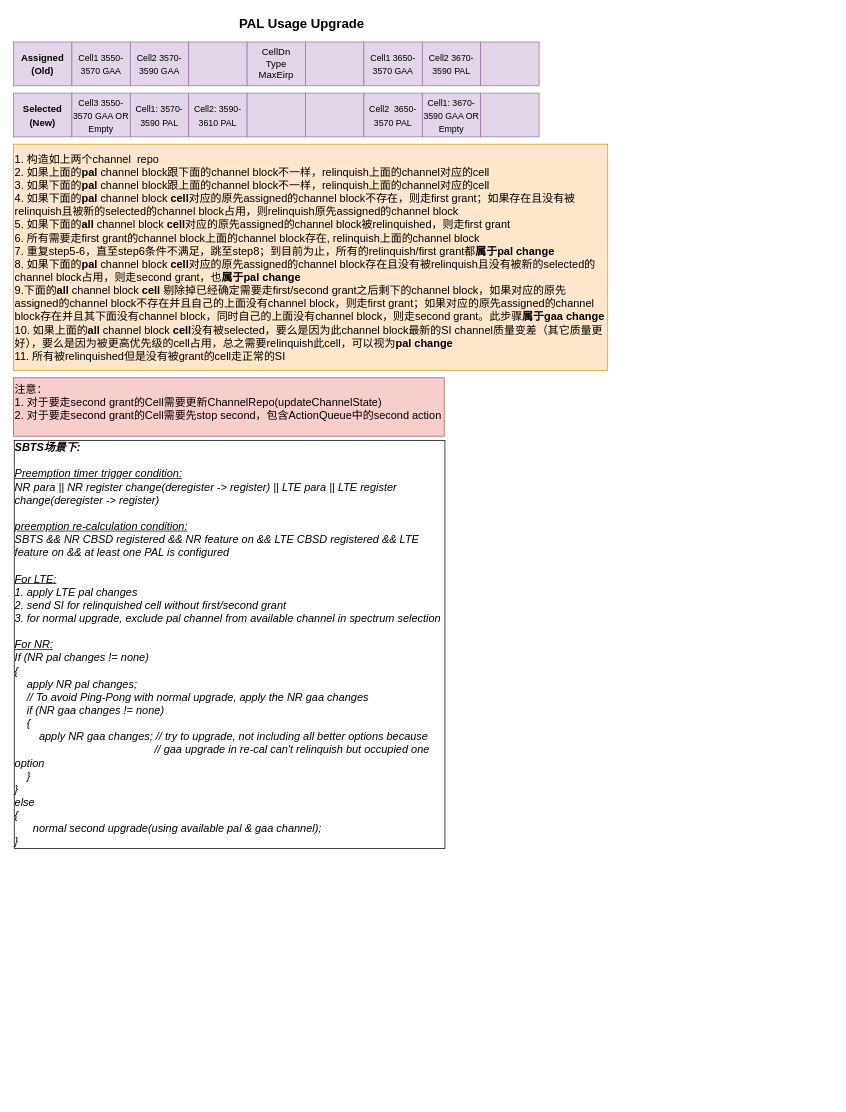
xdlhzdh/drawio keeps this draw.io diagram as Pal_Change_Algorithm.drawio. Above is the earlier version. Source tidied: cells renumbered, new cells numbered last; positions are measured from the earlier drawing's top-left corner, leaving out a move shared by most shapes. Both pictures are drawn from the tidied source at 73%, with x=0, y=0 at pixel (12, 12).
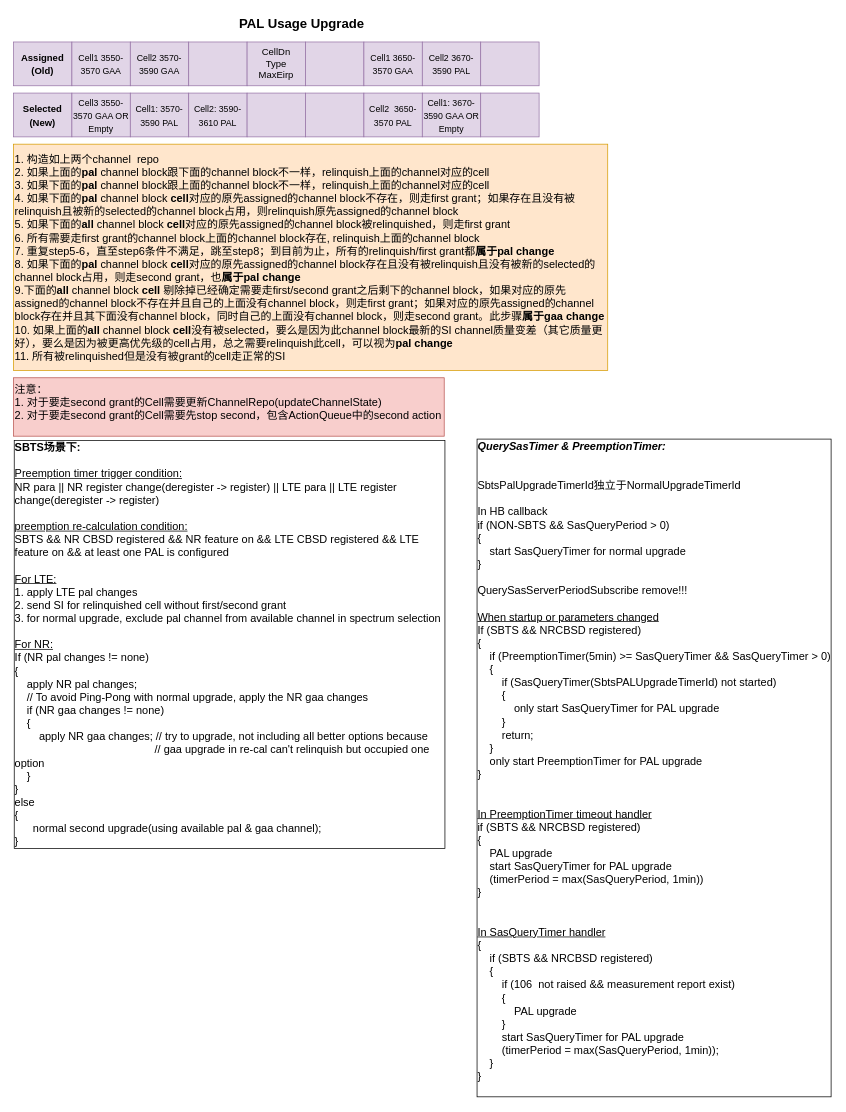
The same diagram, later.

Diff of the diagram source:
```diff
@@
-    <mxCell id="23" value="&lt;font style=&quot;font-size: 15px;&quot;&gt;&lt;font style=&quot;font-size: 15px;&quot;&gt;&lt;b style=&quot;font-style: italic;&quot;&gt;SBTS场景下:&lt;br&gt;&lt;/b&gt;&lt;br&gt;&lt;i style=&quot;&quot;&gt;&lt;u&gt;Preemption timer trigger condition:&lt;/u&gt;&lt;br&gt;NR para || NR register change(deregister -&amp;gt; register) || LTE para || LTE register change(deregister -&amp;gt; register)&lt;br&gt;&lt;br&gt;&lt;u&gt;preemption re-calculation condition:&lt;/u&gt;&lt;br&gt;SBTS &amp;amp;&amp;amp; NR CBSD registered &amp;amp;&amp;amp; NR feature on &amp;amp;&amp;amp; LTE CBSD registered &amp;amp;&amp;amp; LTE feature on &amp;amp;&amp;amp; at least one PAL is configured&lt;br style=&quot;&quot;&gt;&lt;/i&gt;&lt;br&gt;&lt;u style=&quot;font-style: italic;&quot;&gt;For LTE:&lt;/u&gt;&lt;br style=&quot;&quot;&gt;&lt;i style=&quot;&quot;&gt;1. apply LTE pal changes&lt;/i&gt;&lt;br style=&quot;&quot;&gt;&lt;i style=&quot;&quot;&gt;2. send SI for relinquished cell without first/second grant&lt;/i&gt;&lt;br style=&quot;&quot;&gt;&lt;i style=&quot;&quot;&gt;3. for normal upgrade, exclude pal channel from available channel in spectrum selection&amp;nbsp;&lt;/i&gt;&lt;br style=&quot;&quot;&gt;&lt;br style=&quot;&quot;&gt;&lt;u style=&quot;font-style: italic;&quot;&gt;For NR:&lt;/u&gt;&lt;/font&gt;&lt;br style=&quot;&quot;&gt;&lt;i&gt;If (NR pal changes != none)&lt;/i&gt;&lt;br style=&quot;&quot;&gt;&lt;i&gt;{&lt;/i&gt;&lt;br style=&quot;&quot;&gt;&lt;i&gt;&amp;nbsp; &amp;nbsp; apply NR pal changes;&lt;/i&gt;&lt;br&gt;&lt;i&gt;&amp;nbsp; &amp;nbsp; // To avoid Ping-Pong with normal upgrade, apply the&amp;nbsp;NR gaa changes&lt;/i&gt;&lt;i&gt;&lt;br style=&quot;&quot;&gt;&amp;nbsp; &amp;nbsp; if (NR gaa changes != none)&lt;br style=&quot;&quot;&gt;&amp;nbsp; &amp;nbsp; {&lt;br style=&quot;&quot;&gt;&amp;nbsp; &amp;nbsp; &amp;nbsp; &amp;nbsp; apply NR gaa changes; // try to upgrade, not including all better options because&amp;nbsp;&lt;br&gt;&amp;nbsp; &amp;nbsp; &amp;nbsp; &amp;nbsp; &amp;nbsp; &amp;nbsp; &amp;nbsp; &amp;nbsp; &amp;nbsp; &amp;nbsp; &amp;nbsp; &amp;nbsp; &amp;nbsp; &amp;nbsp; &amp;nbsp; &amp;nbsp; &amp;nbsp; &amp;nbsp; &amp;nbsp; &amp;nbsp; &amp;nbsp; &amp;nbsp; &amp;nbsp; // gaa upgrade in re-cal can't relinquish but occupied one option&lt;br style=&quot;&quot;&gt;&amp;nbsp; &amp;nbsp; }&lt;br style=&quot;&quot;&gt;}&lt;br style=&quot;&quot;&gt;else&lt;br style=&quot;&quot;&gt;{&lt;br style=&quot;&quot;&gt;&amp;nbsp; &amp;nbsp; &amp;nbsp; normal second upgrade(using available pal &amp;amp; gaa channel);&lt;br style=&quot;&quot;&gt;}&lt;/i&gt;&lt;/font&gt;" style="text;html=1;strokeColor=none;fillColor=none;align=left;verticalAlign=top;whiteSpace=wrap;rounded=0;fontSize=14;fontFamily=Helvetica;labelBorderColor=default;labelBackgroundColor=none;sketch=0;shadow=0;glass=0;" parent="1" vertex="1">
+    <mxCell id="23" value="&lt;font style=&quot;font-size: 15px;&quot;&gt;&lt;font style=&quot;font-size: 15px;&quot;&gt;&lt;b style=&quot;&quot;&gt;SBTS场景下:&lt;br&gt;&lt;/b&gt;&lt;br&gt;&lt;u&gt;Preemption timer trigger condition:&lt;/u&gt;&lt;br&gt;NR para || NR register change(deregister -&amp;gt; register) || LTE para || LTE register change(deregister -&amp;gt; register)&lt;br&gt;&lt;br&gt;&lt;u&gt;preemption re-calculation condition:&lt;/u&gt;&lt;br&gt;SBTS &amp;amp;&amp;amp; NR CBSD registered &amp;amp;&amp;amp; NR feature on &amp;amp;&amp;amp; LTE CBSD registered &amp;amp;&amp;amp; LTE feature on &amp;amp;&amp;amp; at least one PAL is configured&lt;br style=&quot;&quot;&gt;&lt;br&gt;&lt;u style=&quot;&quot;&gt;For LTE:&lt;/u&gt;&lt;br style=&quot;&quot;&gt;1. apply LTE pal changes&lt;br style=&quot;&quot;&gt;2. send SI for relinquished cell without first/second grant&lt;br style=&quot;&quot;&gt;3. for normal upgrade, exclude pal channel from available channel in spectrum selection&amp;nbsp;&lt;br style=&quot;&quot;&gt;&lt;br style=&quot;&quot;&gt;&lt;u style=&quot;&quot;&gt;For NR:&lt;/u&gt;&lt;/font&gt;&lt;br style=&quot;&quot;&gt;If (NR pal changes != none)&lt;br style=&quot;&quot;&gt;{&lt;br style=&quot;&quot;&gt;&amp;nbsp; &amp;nbsp; apply NR pal changes;&lt;br&gt;&amp;nbsp; &amp;nbsp; // To avoid Ping-Pong with normal upgrade, apply the&amp;nbsp;NR gaa changes&lt;br style=&quot;&quot;&gt;&amp;nbsp; &amp;nbsp; if (NR gaa changes != none)&lt;br style=&quot;&quot;&gt;&amp;nbsp; &amp;nbsp; {&lt;br style=&quot;&quot;&gt;&amp;nbsp; &amp;nbsp; &amp;nbsp; &amp;nbsp; apply NR gaa changes; // try to upgrade, not including all better options because&amp;nbsp;&lt;br&gt;&amp;nbsp; &amp;nbsp; &amp;nbsp; &amp;nbsp; &amp;nbsp; &amp;nbsp; &amp;nbsp; &amp;nbsp; &amp;nbsp; &amp;nbsp; &amp;nbsp; &amp;nbsp; &amp;nbsp; &amp;nbsp; &amp;nbsp; &amp;nbsp; &amp;nbsp; &amp;nbsp; &amp;nbsp; &amp;nbsp; &amp;nbsp; &amp;nbsp; &amp;nbsp; // gaa upgrade in re-cal can't relinquish but occupied one option&lt;br style=&quot;&quot;&gt;&amp;nbsp; &amp;nbsp; }&lt;br style=&quot;&quot;&gt;}&lt;br style=&quot;&quot;&gt;else&lt;br style=&quot;&quot;&gt;{&lt;br style=&quot;&quot;&gt;&amp;nbsp; &amp;nbsp; &amp;nbsp; normal second upgrade(using available pal &amp;amp; gaa channel);&lt;br style=&quot;&quot;&gt;}&lt;/font&gt;" style="text;html=1;strokeColor=none;fillColor=none;align=left;verticalAlign=top;whiteSpace=wrap;rounded=0;fontSize=14;fontFamily=Helvetica;labelBorderColor=default;labelBackgroundColor=none;sketch=0;shadow=0;glass=0;" parent="1" vertex="1">
       <mxGeometry x="-0.5" y="579" width="593" height="580" as="geometry" />
     </mxCell>
+    <mxCell id="24" value="&lt;div style=&quot;font-size: 15px;&quot;&gt;&lt;font style=&quot;font-size: 15px;&quot;&gt;&lt;i&gt;&lt;b&gt;QuerySasTimer &amp;amp; PreemptionTimer:&lt;/b&gt;&lt;/i&gt;&lt;/font&gt;&lt;/div&gt;&lt;div style=&quot;font-size: 15px;&quot;&gt;&lt;font style=&quot;font-size: 15px;&quot;&gt;&lt;br&gt;&lt;/font&gt;&lt;/div&gt;&lt;div style=&quot;font-size: 15px;&quot;&gt;&lt;font style=&quot;font-size: 15px;&quot;&gt;&lt;br&gt;&lt;/font&gt;&lt;/div&gt;&lt;div style=&quot;font-size: 15px;&quot;&gt;&lt;font style=&quot;font-size: 15px;&quot;&gt;SbtsPalUpgradeTimerId独立于NormalUpgradeTimerId&lt;/font&gt;&lt;/div&gt;&lt;div style=&quot;font-size: 15px;&quot;&gt;&lt;font style=&quot;font-size: 15px;&quot;&gt;&lt;br&gt;&lt;/font&gt;&lt;/div&gt;&lt;div style=&quot;font-size: 15px;&quot;&gt;&lt;font style=&quot;font-size: 15px;&quot;&gt;In HB callback&lt;/font&gt;&lt;/div&gt;&lt;div style=&quot;font-size: 15px;&quot;&gt;&lt;font style=&quot;font-size: 15px;&quot;&gt;if (NON-SBTS &amp;amp;&amp;amp; SasQueryPeriod &amp;gt; 0)&lt;/font&gt;&lt;/div&gt;&lt;div style=&quot;font-size: 15px;&quot;&gt;&lt;font style=&quot;font-size: 15px;&quot;&gt;{&lt;/font&gt;&lt;/div&gt;&lt;div style=&quot;font-size: 15px;&quot;&gt;&lt;font style=&quot;font-size: 15px;&quot;&gt;&amp;nbsp; &amp;nbsp; start SasQueryTimer for normal upgrade&lt;/font&gt;&lt;/div&gt;&lt;div style=&quot;font-size: 15px;&quot;&gt;&lt;font style=&quot;font-size: 15px;&quot;&gt;}&lt;/font&gt;&lt;/div&gt;&lt;div style=&quot;font-size: 15px;&quot;&gt;&lt;font style=&quot;font-size: 15px;&quot;&gt;&lt;br&gt;&lt;/font&gt;&lt;/div&gt;&lt;div style=&quot;font-size: 15px;&quot;&gt;&lt;font style=&quot;font-size: 15px;&quot;&gt;QuerySasServerPeriodSubscribe remove!!!&lt;/font&gt;&lt;/div&gt;&lt;div style=&quot;font-size: 15px;&quot;&gt;&lt;font style=&quot;font-size: 15px;&quot;&gt;&lt;br&gt;&lt;/font&gt;&lt;/div&gt;&lt;div style=&quot;font-size: 15px;&quot;&gt;&lt;font style=&quot;font-size: 15px;&quot;&gt;&lt;u&gt;When startup or parameters changed&lt;/u&gt;&lt;/font&gt;&lt;/div&gt;&lt;div style=&quot;font-size: 15px;&quot;&gt;&lt;font style=&quot;font-size: 15px;&quot;&gt;If (SBTS &amp;amp;&amp;amp; NRCBSD registered)&lt;/font&gt;&lt;/div&gt;&lt;div style=&quot;font-size: 15px;&quot;&gt;&lt;font style=&quot;font-size: 15px;&quot;&gt;{&lt;/font&gt;&lt;/div&gt;&lt;div style=&quot;font-size: 15px;&quot;&gt;&lt;font style=&quot;font-size: 15px;&quot;&gt;&amp;nbsp; &amp;nbsp; if (PreemptionTimer(5min) &amp;gt;= SasQueryTimer &amp;amp;&amp;amp; SasQueryTimer &amp;gt; 0)&lt;/font&gt;&lt;/div&gt;&lt;div style=&quot;font-size: 15px;&quot;&gt;&lt;font style=&quot;font-size: 15px;&quot;&gt;&amp;nbsp; &amp;nbsp; {&lt;/font&gt;&lt;/div&gt;&lt;div style=&quot;font-size: 15px;&quot;&gt;&lt;font style=&quot;font-size: 15px;&quot;&gt;&amp;nbsp; &amp;nbsp; &amp;nbsp; &amp;nbsp; if (SasQueryTimer(SbtsPALUpgradeTimerId) not started)&lt;/font&gt;&lt;/div&gt;&lt;div style=&quot;font-size: 15px;&quot;&gt;&lt;font style=&quot;font-size: 15px;&quot;&gt;&amp;nbsp; &amp;nbsp; &amp;nbsp; &amp;nbsp; {&lt;/font&gt;&lt;/div&gt;&lt;div style=&quot;font-size: 15px;&quot;&gt;&lt;font style=&quot;font-size: 15px;&quot;&gt;&amp;nbsp; &amp;nbsp; &amp;nbsp; &amp;nbsp; &amp;nbsp; &amp;nbsp; only start SasQueryTimer for PAL upgrade&lt;/font&gt;&lt;/div&gt;&lt;div style=&quot;font-size: 15px;&quot;&gt;&lt;font style=&quot;font-size: 15px;&quot;&gt;&amp;nbsp; &amp;nbsp; &amp;nbsp; &amp;nbsp; }&lt;/font&gt;&lt;/div&gt;&lt;div style=&quot;font-size: 15px;&quot;&gt;&lt;font style=&quot;font-size: 15px;&quot;&gt;&amp;nbsp; &amp;nbsp; &amp;nbsp; &amp;nbsp; return;&lt;/font&gt;&lt;/div&gt;&lt;div style=&quot;font-size: 15px;&quot;&gt;&lt;font style=&quot;font-size: 15px;&quot;&gt;&amp;nbsp; &amp;nbsp; }&lt;/font&gt;&lt;/div&gt;&lt;div style=&quot;font-size: 15px;&quot;&gt;&lt;font style=&quot;font-size: 15px;&quot;&gt;&amp;nbsp; &amp;nbsp; only start PreemptionTimer for PAL upgrade&lt;/font&gt;&lt;/div&gt;&lt;div style=&quot;font-size: 15px;&quot;&gt;&lt;font style=&quot;font-size: 15px;&quot;&gt;}&lt;/font&gt;&lt;/div&gt;&lt;div style=&quot;font-size: 15px;&quot;&gt;&lt;font style=&quot;font-size: 15px;&quot;&gt;&lt;br&gt;&lt;/font&gt;&lt;/div&gt;&lt;div style=&quot;font-size: 15px;&quot;&gt;&lt;font style=&quot;font-size: 15px;&quot;&gt;&lt;br&gt;&lt;/font&gt;&lt;/div&gt;&lt;div style=&quot;font-size: 15px;&quot;&gt;&lt;font style=&quot;font-size: 15px;&quot;&gt;&lt;u&gt;In PreemptionTimer timeout handler&lt;/u&gt;&lt;/font&gt;&lt;/div&gt;&lt;div style=&quot;font-size: 15px;&quot;&gt;&lt;font style=&quot;font-size: 15px;&quot;&gt;if (SBTS &amp;amp;&amp;amp; NRCBSD registered)&lt;/font&gt;&lt;/div&gt;&lt;div style=&quot;font-size: 15px;&quot;&gt;&lt;font style=&quot;font-size: 15px;&quot;&gt;{&lt;/font&gt;&lt;/div&gt;&lt;div style=&quot;font-size: 15px;&quot;&gt;&lt;font style=&quot;font-size: 15px;&quot;&gt;&amp;nbsp; &amp;nbsp; PAL upgrade&lt;/font&gt;&lt;/div&gt;&lt;div style=&quot;font-size: 15px;&quot;&gt;&lt;font style=&quot;font-size: 15px;&quot;&gt;&amp;nbsp; &amp;nbsp; start SasQueryTimer for PAL upgrade&amp;nbsp;&lt;/font&gt;&lt;/div&gt;&lt;div style=&quot;font-size: 15px;&quot;&gt;&lt;font style=&quot;font-size: 15px;&quot;&gt;&amp;nbsp; &amp;nbsp; (timerPeriod = max(SasQueryPeriod, 1min))&lt;/font&gt;&lt;/div&gt;&lt;div style=&quot;font-size: 15px;&quot;&gt;&lt;font style=&quot;font-size: 15px;&quot;&gt;}&lt;/font&gt;&lt;/div&gt;&lt;div style=&quot;font-size: 15px;&quot;&gt;&lt;font style=&quot;font-size: 15px;&quot;&gt;&lt;br&gt;&lt;/font&gt;&lt;/div&gt;&lt;div style=&quot;font-size: 15px;&quot;&gt;&lt;font style=&quot;font-size: 15px;&quot;&gt;&lt;br&gt;&lt;/font&gt;&lt;/div&gt;&lt;div style=&quot;font-size: 15px;&quot;&gt;&lt;font style=&quot;font-size: 15px;&quot;&gt;&lt;u&gt;In SasQueryTimer handler&lt;/u&gt;&lt;/font&gt;&lt;/div&gt;&lt;div style=&quot;font-size: 15px;&quot;&gt;&lt;font style=&quot;font-size: 15px;&quot;&gt;{&lt;/font&gt;&lt;/div&gt;&lt;div style=&quot;font-size: 15px;&quot;&gt;&lt;font style=&quot;font-size: 15px;&quot;&gt;&amp;nbsp; &amp;nbsp; if (SBTS &amp;amp;&amp;amp; NRCBSD registered)&lt;/font&gt;&lt;/div&gt;&lt;div style=&quot;font-size: 15px;&quot;&gt;&lt;font style=&quot;font-size: 15px;&quot;&gt;&amp;nbsp; &amp;nbsp; {&lt;/font&gt;&lt;/div&gt;&lt;div style=&quot;font-size: 15px;&quot;&gt;&lt;font style=&quot;font-size: 15px;&quot;&gt;&amp;nbsp; &amp;nbsp; &amp;nbsp; &amp;nbsp; if (106&amp;nbsp; not raised &amp;amp;&amp;amp; measurement report exist)&lt;/font&gt;&lt;/div&gt;&lt;div style=&quot;font-size: 15px;&quot;&gt;&lt;font style=&quot;font-size: 15px;&quot;&gt;&amp;nbsp; &amp;nbsp; &amp;nbsp; &amp;nbsp; {&lt;/font&gt;&lt;/div&gt;&lt;div style=&quot;font-size: 15px;&quot;&gt;&lt;font style=&quot;font-size: 15px;&quot;&gt;&amp;nbsp; &amp;nbsp; &amp;nbsp; &amp;nbsp; &amp;nbsp; &amp;nbsp; PAL upgrade&lt;/font&gt;&lt;/div&gt;&lt;div style=&quot;font-size: 15px;&quot;&gt;&lt;font style=&quot;font-size: 15px;&quot;&gt;&amp;nbsp; &amp;nbsp; &amp;nbsp; &amp;nbsp; }&lt;/font&gt;&lt;/div&gt;&lt;div style=&quot;font-size: 15px;&quot;&gt;&lt;font style=&quot;font-size: 15px;&quot;&gt;&amp;nbsp; &amp;nbsp; &amp;nbsp; &amp;nbsp; start SasQueryTimer for PAL upgrade&lt;/font&gt;&lt;/div&gt;&lt;div style=&quot;font-size: 15px;&quot;&gt;&lt;font style=&quot;font-size: 15px;&quot;&gt;&amp;nbsp; &amp;nbsp; &amp;nbsp; &amp;nbsp; (timerPeriod = max(SasQueryPeriod, 1min));&lt;/font&gt;&lt;/div&gt;&lt;div style=&quot;font-size: 15px;&quot;&gt;&lt;font style=&quot;font-size: 15px;&quot;&gt;&amp;nbsp; &amp;nbsp; }&lt;/font&gt;&lt;/div&gt;&lt;div style=&quot;font-size: 15px;&quot;&gt;&lt;font style=&quot;font-size: 15px;&quot;&gt;}&lt;/font&gt;&lt;/div&gt;&lt;div style=&quot;font-size: 15px;&quot;&gt;&lt;br&gt;&lt;/div&gt;" style="text;html=1;strokeColor=none;fillColor=none;align=left;verticalAlign=middle;whiteSpace=wrap;rounded=0;sketch=0;shadow=0;labelBorderColor=default;" parent="1" vertex="1">
+      <mxGeometry x="634" y="579" width="490" height="910" as="geometry" />
+    </mxCell>
```
